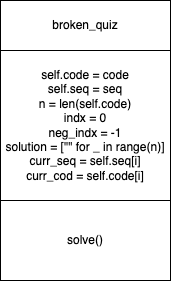
MichaelT2828/Unit_3 keeps this draw.io diagram as 100_quizzes/Q30_UML_diagram.drawio.png. Above is the earlier version. Source tidied: cells renumbered, new cells last; positions are measured from the earlier drawing's top-left corner, leaving out a move shared by most shapes.
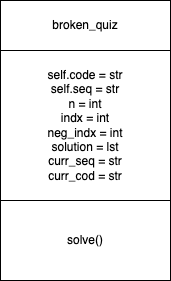
The same file after the commit.

The edit, as a diff of the source:
```diff
@@ -5,7 +5,7 @@
     <mxCell id="2" value="broken_quiz" style="rounded=0;whiteSpace=wrap;html=1;" parent="1" vertex="1">
       <mxGeometry width="170" height="50" as="geometry" />
     </mxCell>
-    <mxCell id="3" value="self.code = code&lt;br&gt;self.seq = seq&lt;br&gt;n = len(self.code)&lt;br&gt;&lt;div&gt;indx = 0&lt;/div&gt;&lt;div&gt;neg_indx = -1&lt;/div&gt;&lt;div&gt;solution = [&quot;&quot; for _ in range(n)]&lt;br&gt;&lt;/div&gt;&lt;div&gt;curr_seq = self.seq[i]&lt;br&gt;&lt;/div&gt;&lt;div&gt;curr_cod = self.code[i]&lt;br&gt;&lt;/div&gt;" style="rounded=0;whiteSpace=wrap;html=1;" parent="1" vertex="1">
+    <mxCell id="3" value="self.code = str&lt;br&gt;self.seq = str&lt;br&gt;n = int&lt;br&gt;&lt;div&gt;indx = int&lt;/div&gt;&lt;div&gt;neg_indx = int&lt;/div&gt;&lt;div&gt;solution = lst&lt;br&gt;&lt;/div&gt;&lt;div&gt;curr_seq = str&lt;br&gt;&lt;/div&gt;&lt;div&gt;curr_cod = str&lt;br&gt;&lt;/div&gt;" style="rounded=0;whiteSpace=wrap;html=1;" parent="1" vertex="1">
       <mxGeometry y="50" width="170" height="150" as="geometry" />
     </mxCell>
     <mxCell id="4" value="solve()" style="rounded=0;whiteSpace=wrap;html=1;" parent="1" vertex="1">
```
